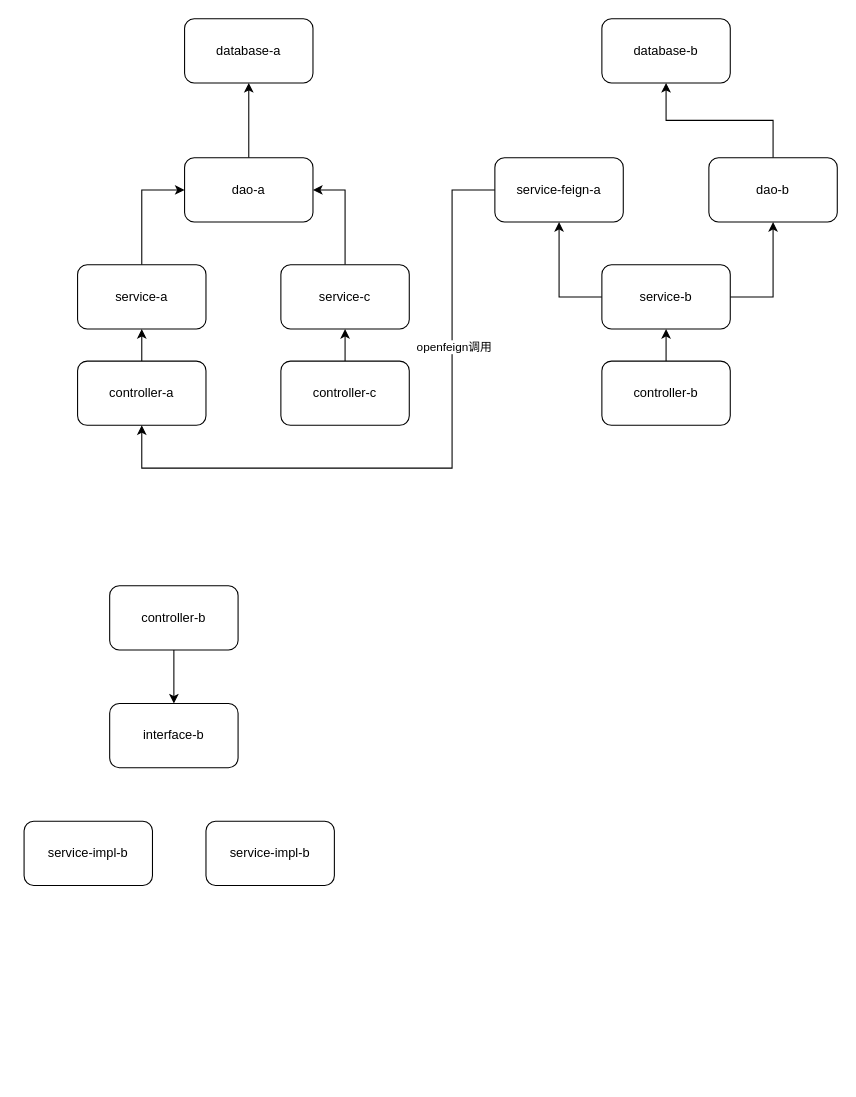
codeyunze/drawio keeps this draw.io diagram as 模块分层设计.drawio. Above is the earlier version. Source tidied: cells renumbered, new cells numbered last; positions are measured from the earlier drawing's top-left corner, leaving out a move shared by most shapes. Both pictures are drawn from the tidied source at 107%, with x=0, y=0 at pixel (24, 18).
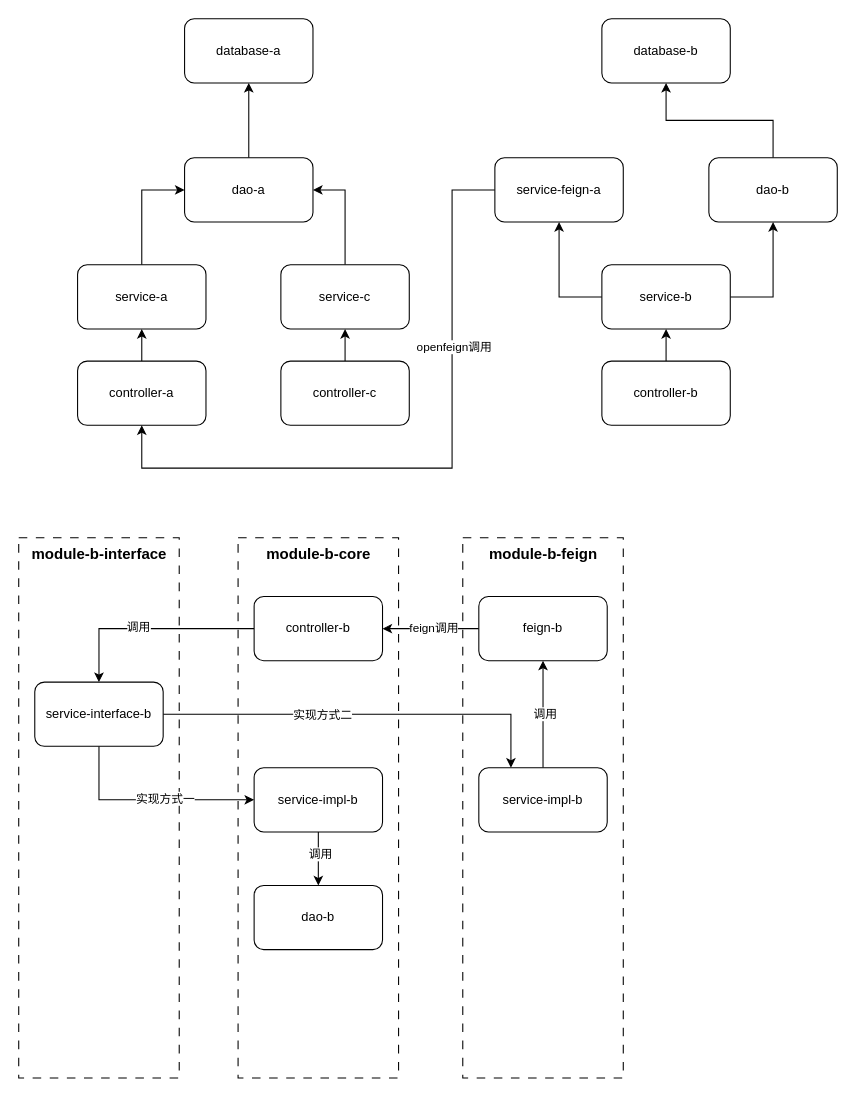
Above is the later version.

Commit message:
更新模块分层设计.drawio

Change to the diagram source:
```diff
@@
+    <mxCell id="29" style="rounded=0;whiteSpace=wrap;html=1;dashed=1;dashPattern=8 8;" parent="1" vertex="1">
+      <mxGeometry x="410" y="485" width="150" height="505" as="geometry" />
+    </mxCell>
+    <mxCell id="30" style="rounded=0;whiteSpace=wrap;html=1;dashed=1;dashPattern=8 8;" parent="1" vertex="1">
+      <mxGeometry x="200" y="485" width="150" height="505" as="geometry" />
+    </mxCell>
+    <mxCell id="31" style="rounded=0;whiteSpace=wrap;html=1;dashed=1;dashPattern=8 8;" parent="1" vertex="1">
+      <mxGeometry x="-5" y="485" width="150" height="505" as="geometry" />
+    </mxCell>
@@
-    <mxCell id="24" style="edgeStyle=orthogonalEdgeStyle;rounded=0;jettySize=auto;html=1;exitX=0.5;exitY=1;exitDx=0;exitDy=0;entryX=0.5;entryY=0;entryDx=0;entryDy=0;" parent="1" edge="1" source="25" target="26">
+    <mxCell id="24" style="edgeStyle=orthogonalEdgeStyle;rounded=0;jettySize=auto;html=1;exitX=0;exitY=0.5;exitDx=0;exitDy=0;" parent="1" edge="1" source="25" target="26">
       <mxGeometry relative="1" as="geometry" />
     </mxCell>
+    <mxCell id="32" value="调用" style="edgeLabel;html=1;align=center;verticalAlign=middle;" parent="24" vertex="1">
+      <mxGeometry x="0.12" y="-2" relative="1" as="geometry" />
+    </mxCell>
     <mxCell id="25" value="&lt;span style=&quot;background-color: transparent; color: light-dark(rgb(0, 0, 0), rgb(255, 255, 255));&quot;&gt;controller-b&lt;/span&gt;" style="rounded=1;whiteSpace=wrap;html=1;" parent="1" vertex="1">
-      <mxGeometry x="80" y="530" width="120" height="60" as="geometry" />
+      <mxGeometry x="215" y="540" width="120" height="60" as="geometry" />
     </mxCell>
+    <mxCell id="33" style="edgeStyle=orthogonalEdgeStyle;rounded=0;jettySize=auto;html=1;exitX=1;exitY=0.5;exitDx=0;exitDy=0;entryX=0.25;entryY=0;entryDx=0;entryDy=0;" parent="1" edge="1" source="26" target="27">
+      <mxGeometry relative="1" as="geometry" />
+    </mxCell>
+    <mxCell id="34" value="实现方式二" style="edgeLabel;html=1;align=center;verticalAlign=middle;" parent="33" vertex="1">
+      <mxGeometry x="-0.21" relative="1" as="geometry" />
+    </mxCell>
+    <mxCell id="35" style="edgeStyle=orthogonalEdgeStyle;rounded=0;jettySize=auto;html=1;exitX=0.5;exitY=1;exitDx=0;exitDy=0;entryX=0;entryY=0.5;entryDx=0;entryDy=0;" parent="1" edge="1" source="26" target="28">
+      <mxGeometry relative="1" as="geometry">
+        <Array as="points">
+          <mxPoint x="70" y="730" />
+        </Array>
+      </mxGeometry>
+    </mxCell>
+    <mxCell id="36" value="实现方式一" style="edgeLabel;html=1;align=center;verticalAlign=middle;" parent="35" vertex="1">
+      <mxGeometry x="0.14" y="2" relative="1" as="geometry" />
+    </mxCell>
-    <mxCell id="26" value="&lt;span style=&quot;background-color: transparent; color: light-dark(rgb(0, 0, 0), rgb(255, 255, 255));&quot;&gt;interface-b&lt;/span&gt;" style="rounded=1;whiteSpace=wrap;html=1;" parent="1" vertex="1">
-      <mxGeometry x="80" y="640" width="120" height="60" as="geometry" />
+    <mxCell id="26" value="&lt;span style=&quot;background-color: transparent; color: light-dark(rgb(0, 0, 0), rgb(255, 255, 255));&quot;&gt;service-&lt;/span&gt;&lt;span style=&quot;background-color: transparent; color: light-dark(rgb(0, 0, 0), rgb(255, 255, 255));&quot;&gt;interface-b&lt;/span&gt;" style="rounded=1;whiteSpace=wrap;html=1;" parent="1" vertex="1">
+      <mxGeometry x="10" y="620" width="120" height="60" as="geometry" />
     </mxCell>
+    <mxCell id="37" style="edgeStyle=orthogonalEdgeStyle;rounded=0;jettySize=auto;html=1;exitX=0.5;exitY=1;exitDx=0;exitDy=0;" parent="1" edge="1" source="28" target="47">
+      <mxGeometry relative="1" as="geometry" />
+    </mxCell>
+    <mxCell id="38" value="调用" style="edgeLabel;html=1;align=center;verticalAlign=middle;" parent="37" vertex="1">
+      <mxGeometry x="-0.2" y="1" relative="1" as="geometry" />
+    </mxCell>
+    <mxCell id="28" value="&lt;span style=&quot;background-color: transparent; color: light-dark(rgb(0, 0, 0), rgb(255, 255, 255));&quot;&gt;service-impl-b&lt;/span&gt;" style="rounded=1;whiteSpace=wrap;html=1;" parent="1" vertex="1">
+      <mxGeometry x="215" y="700" width="120" height="60" as="geometry" />
+    </mxCell>
+    <mxCell id="39" value="&lt;b&gt;&lt;font style=&quot;font-size: 14px;&quot;&gt;module-b-interface&lt;/font&gt;&lt;/b&gt;" style="text;html=1;align=center;verticalAlign=middle;whiteSpace=wrap;rounded=0;" parent="1" vertex="1">
+      <mxGeometry x="3.8" y="485" width="132.5" height="30" as="geometry" />
+    </mxCell>
+    <mxCell id="40" style="edgeStyle=orthogonalEdgeStyle;rounded=0;jettySize=auto;html=1;exitX=0;exitY=0.5;exitDx=0;exitDy=0;" parent="1" edge="1" source="42" target="25">
+      <mxGeometry relative="1" as="geometry" />
+    </mxCell>
+    <mxCell id="41" value="feign调用" style="edgeLabel;html=1;align=center;verticalAlign=middle;" parent="40" vertex="1">
+      <mxGeometry x="-0.04" y="-1" relative="1" as="geometry" />
+    </mxCell>
+    <mxCell id="42" value="&lt;span style=&quot;background-color: transparent; color: light-dark(rgb(0, 0, 0), rgb(255, 255, 255));&quot;&gt;feign-b&lt;/span&gt;" style="rounded=1;whiteSpace=wrap;html=1;" parent="1" vertex="1">
+      <mxGeometry x="425" y="540" width="120" height="60" as="geometry" />
+    </mxCell>
+    <mxCell id="43" style="edgeStyle=orthogonalEdgeStyle;rounded=0;jettySize=auto;html=1;exitX=0.5;exitY=0;exitDx=0;exitDy=0;entryX=0.5;entryY=1;entryDx=0;entryDy=0;" parent="1" edge="1" source="27" target="42">
+      <mxGeometry relative="1" as="geometry" />
+    </mxCell>
+    <mxCell id="44" value="调用" style="edgeLabel;html=1;align=center;verticalAlign=middle;" parent="43" vertex="1">
+      <mxGeometry x="0.02" y="-1" relative="1" as="geometry" />
+    </mxCell>
     <mxCell id="27" value="&lt;span style=&quot;background-color: transparent; color: light-dark(rgb(0, 0, 0), rgb(255, 255, 255));&quot;&gt;service-impl-b&lt;/span&gt;" style="rounded=1;whiteSpace=wrap;html=1;" parent="1" vertex="1">
-      <mxGeometry y="750" width="120" height="60" as="geometry" />
+      <mxGeometry x="425" y="700" width="120" height="60" as="geometry" />
     </mxCell>
-    <mxCell id="28" value="&lt;span style=&quot;background-color: transparent; color: light-dark(rgb(0, 0, 0), rgb(255, 255, 255));&quot;&gt;service-impl-b&lt;/span&gt;" style="rounded=1;whiteSpace=wrap;html=1;" parent="1" vertex="1">
-      <mxGeometry x="170" y="750" width="120" height="60" as="geometry" />
-    </mxCell>
+    <mxCell id="45" value="&lt;b&gt;&lt;font style=&quot;font-size: 14px;&quot;&gt;module-b-core&lt;/font&gt;&lt;/b&gt;" style="text;html=1;align=center;verticalAlign=middle;whiteSpace=wrap;rounded=0;" parent="1" vertex="1">
+      <mxGeometry x="208.8" y="485" width="132.5" height="30" as="geometry" />
+    </mxCell>
+    <mxCell id="46" value="&lt;b&gt;&lt;font style=&quot;font-size: 14px;&quot;&gt;module-b-feign&lt;/font&gt;&lt;/b&gt;" style="text;html=1;align=center;verticalAlign=middle;whiteSpace=wrap;rounded=0;" parent="1" vertex="1">
+      <mxGeometry x="418.8" y="485" width="132.5" height="30" as="geometry" />
+    </mxCell>
+    <mxCell id="47" value="&lt;span style=&quot;background-color: transparent; color: light-dark(rgb(0, 0, 0), rgb(255, 255, 255));&quot;&gt;dao-b&lt;/span&gt;" style="rounded=1;whiteSpace=wrap;html=1;" parent="1" vertex="1">
+      <mxGeometry x="215" y="810" width="120" height="60" as="geometry" />
+    </mxCell>
```
